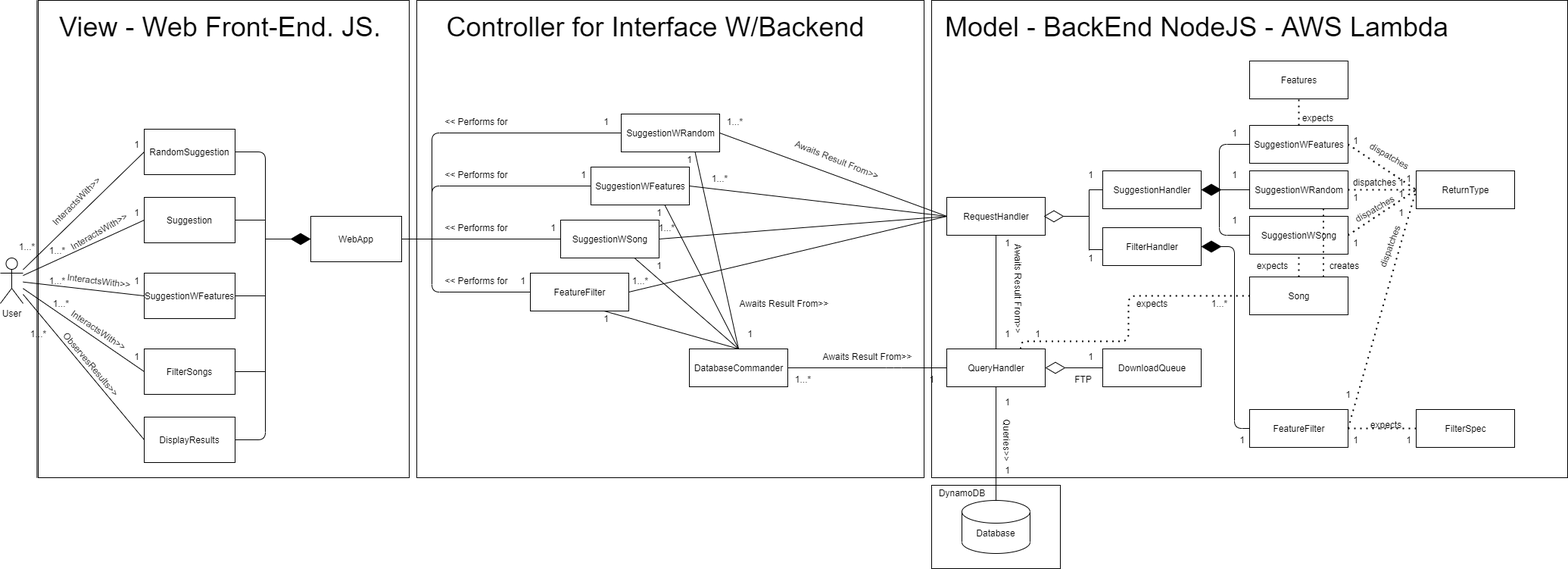
Before: Documentation/Architecture/ClassDiagrams/classModel.png, a diagram exported from draw.io (lane203m/SoundByte). Source tidied: cells renumbered, new cells last; positions are measured from the earlier drawing's top-left corner, leaving out a move shared by most shapes.
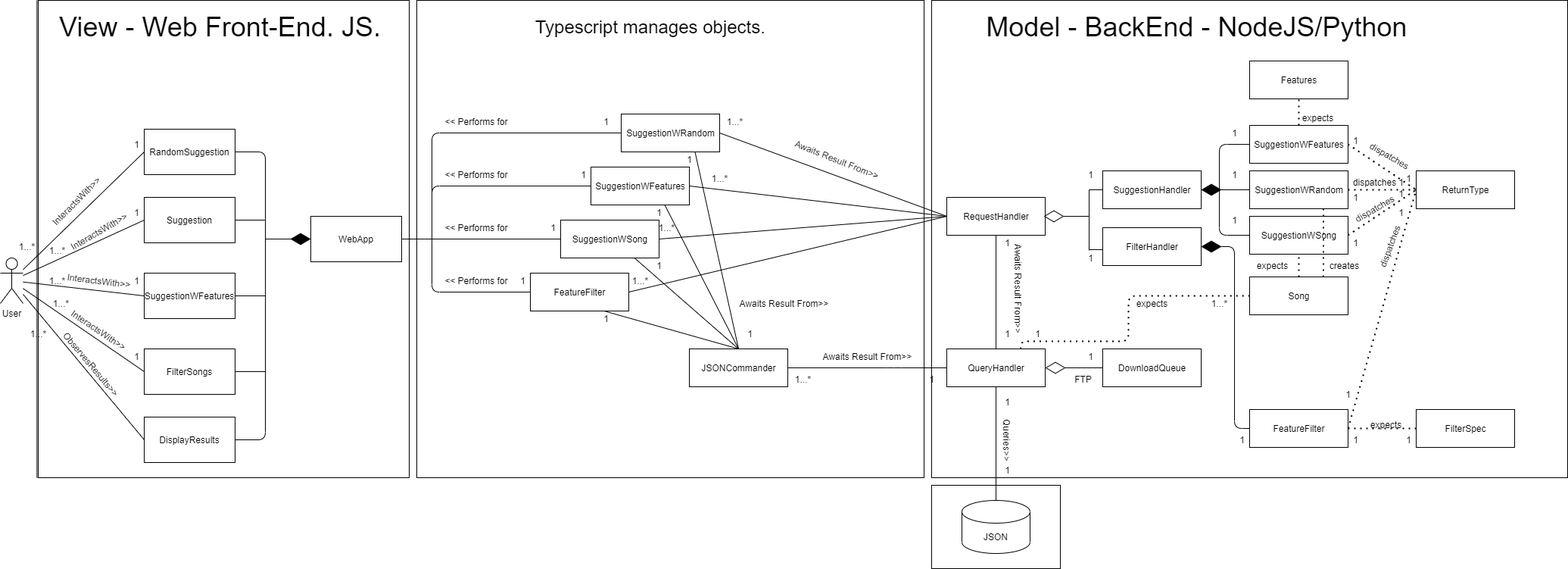
The same file after the commit.

The edit, as a diff of the source:
```diff
@@ -14,7 +14,7 @@
     <mxCell id="5" style="rounded=0;whiteSpace=wrap;html=1;" parent="1" vertex="1">
       <mxGeometry x="50" width="490" height="630" as="geometry" />
     </mxCell>
-    <mxCell id="6" value="DatabaseCommander" style="html=1;" parent="1" vertex="1">
+    <mxCell id="6" value="JSONCommander" style="html=1;" parent="1" vertex="1">
       <mxGeometry x="910" y="460" width="130" height="50" as="geometry" />
     </mxCell>
     <mxCell id="7" value="SuggestionWSong" style="html=1;" parent="1" vertex="1">
@@ -171,7 +171,7 @@
     <mxCell id="41" style="endArrow=none;html=1;entryX=0.5;entryY=1;entryDx=0;entryDy=0;exitX=0.5;exitY=0;exitDx=0;exitDy=0;exitPerimeter=0;" parent="1" edge="1" source="42" target="38">
       <mxGeometry relative="1" as="geometry" />
     </mxCell>
-    <mxCell id="42" value="Database" style="shape=cylinder3;whiteSpace=wrap;html=1;boundedLbl=1;backgroundOutline=1;size=15;" parent="1" vertex="1">
+    <mxCell id="42" value="JSON" style="shape=cylinder3;whiteSpace=wrap;html=1;boundedLbl=1;backgroundOutline=1;size=15;" parent="1" vertex="1">
       <mxGeometry x="1270" y="660" width="90" height="70" as="geometry" />
     </mxCell>
     <mxCell id="43" style="endArrow=none;html=1;entryX=0.5;entryY=1;entryDx=0;entryDy=0;exitX=0.5;exitY=0;exitDx=0;exitDy=0;" parent="1" edge="1" source="38" target="13">
@@ -529,14 +529,11 @@
     <mxCell id="148" value="&lt;font style=&quot;font-size: 36px&quot;&gt;View - Web Front-End. JS.&amp;nbsp;&lt;/font&gt;" style="text;html=1;align=center;verticalAlign=middle;" parent="1" vertex="1">
       <mxGeometry x="70" y="20" width="450" height="30" as="geometry" />
     </mxCell>
-    <mxCell id="149" value="&lt;font style=&quot;font-size: 36px&quot;&gt;Model - BackEnd NodeJS - AWS Lambda&lt;/font&gt;" style="text;html=1;align=center;verticalAlign=middle;" parent="1" vertex="1">
-      <mxGeometry x="1240" y="20" width="680" height="30" as="geometry" />
+    <mxCell id="149" value="&lt;font style=&quot;font-size: 36px&quot;&gt;Model - BackEnd - NodeJS/Python&lt;/font&gt;" style="text;html=1;align=center;verticalAlign=middle;" parent="1" vertex="1">
+      <mxGeometry x="1295" y="20" width="570" height="30" as="geometry" />
     </mxCell>
-    <mxCell id="150" value="DynamoDB" style="text;html=1;align=center;verticalAlign=middle;" parent="1" vertex="1">
-      <mxGeometry x="1230" y="640" width="80" height="20" as="geometry" />
-    </mxCell>
-    <mxCell id="151" value="&lt;font style=&quot;font-size: 36px&quot;&gt;Controller for Interface W/Backend&lt;/font&gt;" style="text;html=1;align=center;verticalAlign=middle;" parent="1" vertex="1">
-      <mxGeometry x="580" y="20" width="570" height="30" as="geometry" />
+    <mxCell id="151" value="&lt;font style=&quot;font-size: 24px&quot;&gt;Typescript manages objects.&amp;nbsp;&amp;nbsp;&lt;/font&gt;" style="text;html=1;align=center;verticalAlign=middle;" parent="1" vertex="1">
+      <mxGeometry x="700" y="25" width="330" height="20" as="geometry" />
     </mxCell>
   </root>
 </mxGraphModel>
```
